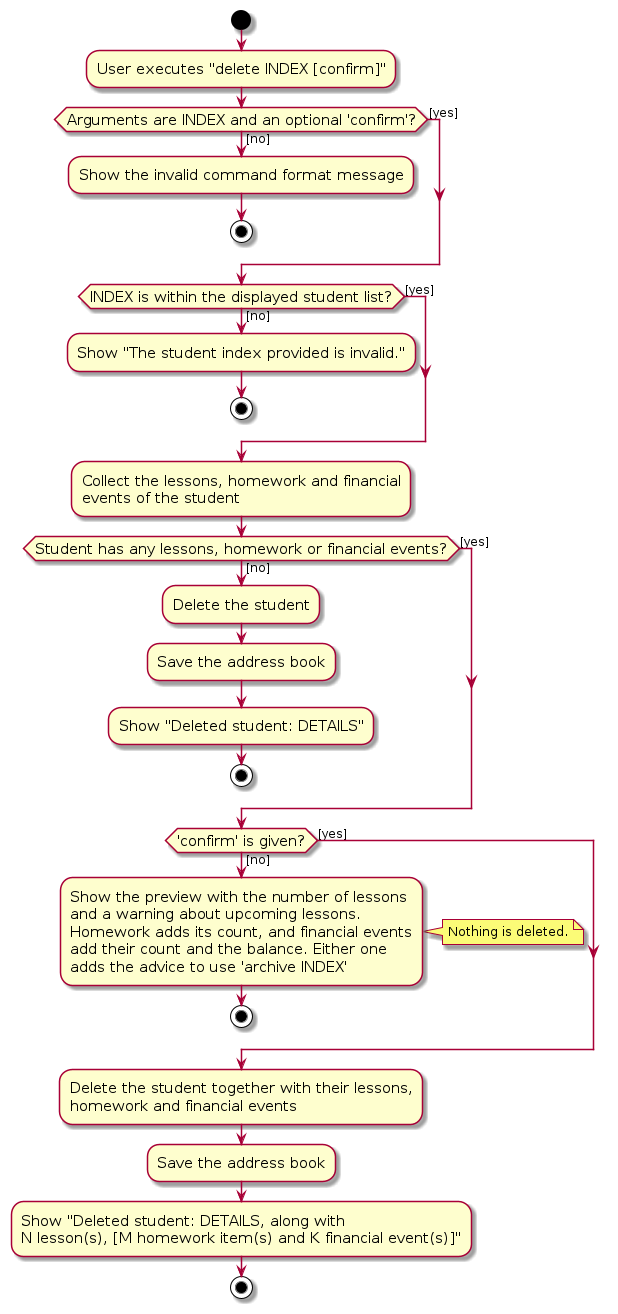
Earlier version of the PlantUML export diagrams/DeleteStudentActivityDiagram.png (AY2627S1-CS2103T-F15-1/tp). Its source is kept beside it as diagrams/DeleteStudentActivityDiagram.puml. The source it was exported from:
```plantuml
@startuml
skin rose
skinparam ActivityFontSize 15
skinparam ArrowFontSize 12

start
:User executes "delete INDEX [confirm]";

if (Arguments are INDEX and an optional 'confirm'?) then ([no])
    :Show the invalid command format message;
    stop
else ([yes])
endif

if (INDEX is within the displayed student list?) then ([no])
    :Show "The student index provided is invalid.";
    stop
else ([yes])
endif

:Collect the lessons, homework and financial
events of the student;

if (Student has any lessons, homework or financial events?) then ([no])
    :Delete the student;
    :Save the address book;
    :Show "Deleted student: DETAILS";
    stop
else ([yes])
endif

if ('confirm' is given?) then ([no])
    :Show the preview with the number of lessons
    and a warning about upcoming lessons.
    Homework adds its count, and financial events
    add their count and the balance. Either one
    adds the advice to use 'archive INDEX';
    note right: Nothing is deleted.
    stop
else ([yes])
endif

:Delete the student together with their lessons,
homework and financial events;
:Save the address book;
:Show "Deleted student: DETAILS, along with
N lesson(s), [M homework item(s) and K financial event(s)]";
stop
@enduml
```
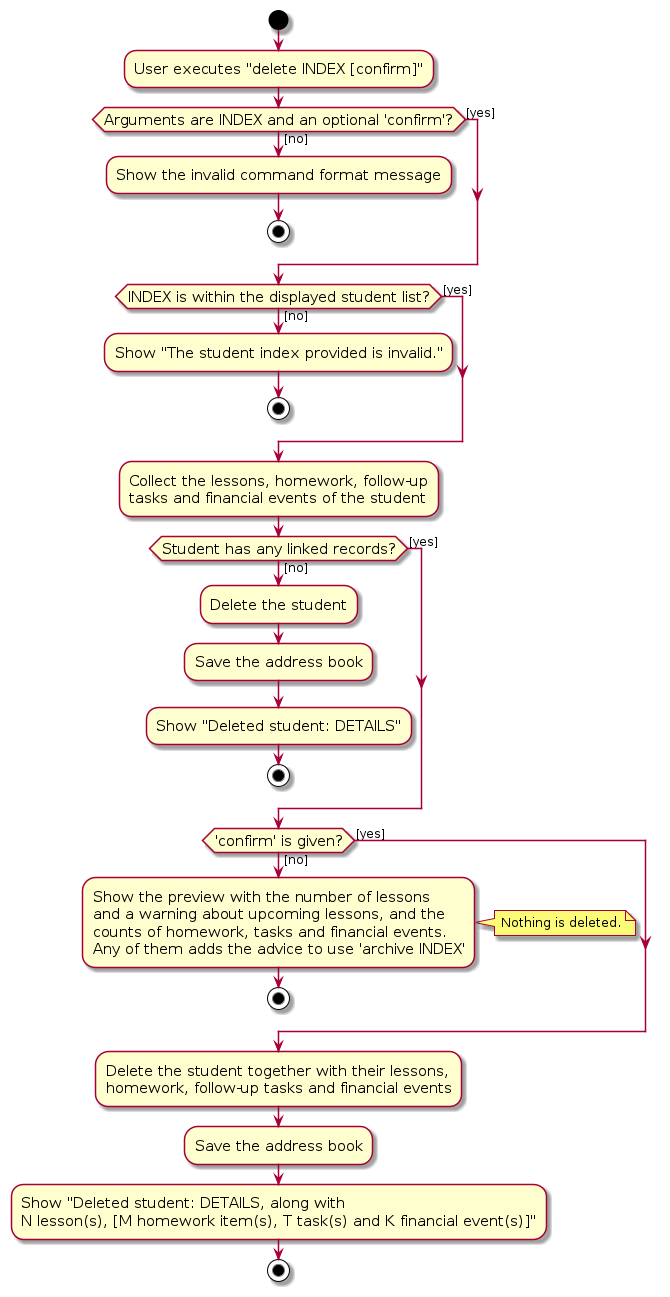
The same file after the commit.

The edit, as a diff of the source:
```diff
@@ -18,10 +18,10 @@
 else ([yes])
 endif
 
-:Collect the lessons, homework and financial
-events of the student;
+:Collect the lessons, homework, follow-up
+tasks and financial events of the student;
 
-if (Student has any lessons, homework or financial events?) then ([no])
+if (Student has any linked records?) then ([no])
     :Delete the student;
     :Save the address book;
     :Show "Deleted student: DETAILS";
@@ -31,19 +31,18 @@
 
 if ('confirm' is given?) then ([no])
     :Show the preview with the number of lessons
-    and a warning about upcoming lessons.
-    Homework adds its count, and financial events
-    add their count and the balance. Either one
-    adds the advice to use 'archive INDEX';
+    and a warning about upcoming lessons, and the
+    counts of homework, tasks and financial events.
+    Any of them adds the advice to use 'archive INDEX';
     note right: Nothing is deleted.
     stop
 else ([yes])
 endif
 
 :Delete the student together with their lessons,
-homework and financial events;
+homework, follow-up tasks and financial events;
 :Save the address book;
 :Show "Deleted student: DETAILS, along with
-N lesson(s), [M homework item(s) and K financial event(s)]";
+N lesson(s), [M homework item(s), T task(s) and K financial event(s)]";
 stop
 @enduml
```
